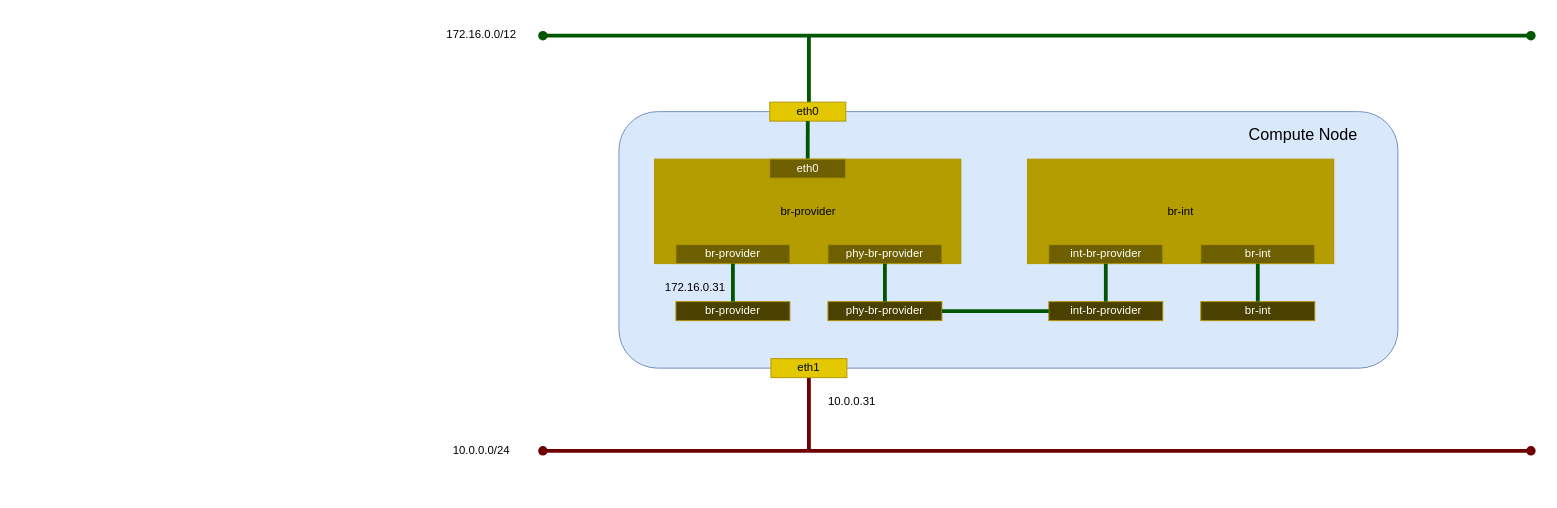
The draw.io diagram _static/image/network_base_compute_ovs.drawio in 9506hqwy/openstack_study_notes, before the edit. Source tidied: cells renumbered, new cells numbered last; positions are measured from the earlier drawing's top-left corner, leaving out a move shared by most shapes. Both pictures are drawn from the tidied source at 95%, with x=0, y=0 at pixel (433, 20).
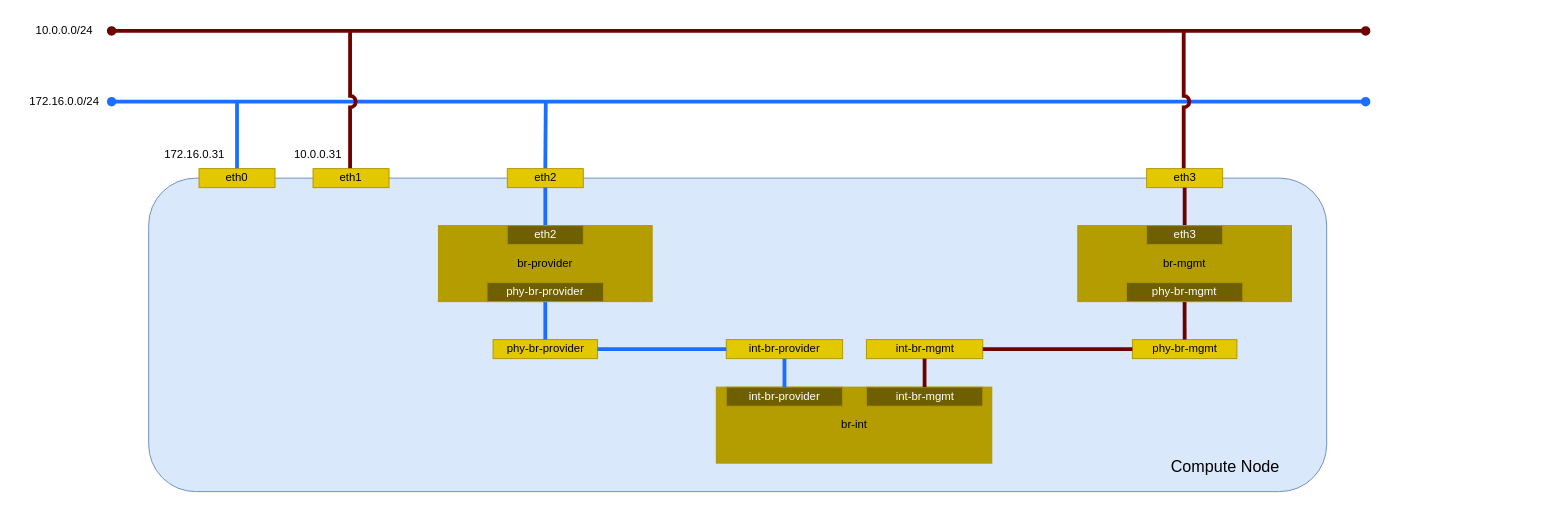
Above is the later version.

Change to the diagram source:
```diff
@@
-    <mxCell id="2" style="endArrow=oval;html=1;rounded=0;startArrow=oval;startFill=1;endFill=1;strokeWidth=4;fillColor=#a20025;strokeColor=#6F0000;" parent="1" edge="1">
-      <mxGeometry relative="1" as="geometry">
-        <mxPoint x="115" y="453" as="sourcePoint" />
-        <mxPoint x="1155" y="453" as="targetPoint" />
-      </mxGeometry>
-    </mxCell>
-    <mxCell id="3" style="endArrow=oval;html=1;rounded=0;startArrow=oval;startFill=1;endFill=1;strokeWidth=4;fillColor=#008a00;strokeColor=#005700;" parent="1" edge="1">
-      <mxGeometry relative="1" as="geometry">
-        <mxPoint x="115" y="16" as="sourcePoint" />
-        <mxPoint x="1155" y="16" as="targetPoint" />
-      </mxGeometry>
-    </mxCell>
-    <mxCell id="4" value="172.16.0.0/12" style="text;html=1;align=center;verticalAlign=middle;strokeColor=none;fillColor=none;" parent="1" vertex="1">
-      <mxGeometry width="100" height="30" as="geometry" />
-    </mxCell>
+    <mxCell id="33" style="endArrow=oval;html=1;rounded=0;startArrow=oval;startFill=1;endFill=1;strokeWidth=4;fillColor=#a20025;strokeColor=#6F0000;" parent="1" edge="1">
+      <mxGeometry relative="1" as="geometry">
+        <mxPoint x="-339" y="11" as="sourcePoint" />
+        <mxPoint x="981" y="11" as="targetPoint" />
+      </mxGeometry>
+    </mxCell>
     <mxCell id="5" value="10.0.0.0/24" style="text;html=1;align=center;verticalAlign=middle;strokeColor=none;fillColor=none;" parent="1" vertex="1">
-      <mxGeometry x="10" y="438" width="80" height="30" as="geometry" />
+      <mxGeometry x="-429" y="-4" width="80" height="30" as="geometry" />
     </mxCell>
-    <mxCell id="6" style="endArrow=none;html=1;rounded=0;startArrow=none;startFill=0;endFill=0;strokeWidth=4;fillColor=#008a00;strokeColor=#005700;exitX=0.5;exitY=1;exitDx=0;exitDy=0;" parent="1" edge="1">
-      <mxGeometry relative="1" as="geometry">
-        <mxPoint x="395" y="16" as="sourcePoint" />
-        <mxPoint x="395" y="96" as="targetPoint" />
-      </mxGeometry>
-    </mxCell>
-    <mxCell id="7" style="endArrow=none;html=1;rounded=0;startArrow=none;startFill=0;endFill=0;strokeWidth=4;fillColor=#a20025;strokeColor=#6F0000;exitX=0.5;exitY=1;exitDx=0;exitDy=0;" parent="1" edge="1">
-      <mxGeometry relative="1" as="geometry">
-        <mxPoint x="395" y="373" as="sourcePoint" />
-        <mxPoint x="395" y="453" as="targetPoint" />
-      </mxGeometry>
-    </mxCell>
+    <mxCell id="34" style="endArrow=oval;html=1;rounded=0;startArrow=oval;startFill=1;endFill=1;strokeWidth=4;fillColor=#a20025;strokeColor=#1C6EFF;" parent="1" edge="1">
+      <mxGeometry relative="1" as="geometry">
+        <mxPoint x="-339" y="85.5" as="sourcePoint" />
+        <mxPoint x="981" y="85.5" as="targetPoint" />
+      </mxGeometry>
+    </mxCell>
+    <mxCell id="35" value="172.16.0.0/24" style="text;html=1;align=center;verticalAlign=middle;strokeColor=none;fillColor=none;" parent="1" vertex="1">
+      <mxGeometry x="-439" y="71" width="100" height="30" as="geometry" />
+    </mxCell>
+    <mxCell id="36" style="endArrow=none;html=1;rounded=0;startArrow=none;startFill=0;endFill=0;strokeWidth=4;fillColor=#a20025;strokeColor=#1C6EFF;jumpStyle=arc;" parent="1" edge="1">
+      <mxGeometry relative="1" as="geometry">
+        <mxPoint x="-207" y="86" as="sourcePoint" />
+        <mxPoint x="-207" y="166" as="targetPoint" />
+      </mxGeometry>
+    </mxCell>
+    <mxCell id="37" style="endArrow=none;html=1;rounded=0;startArrow=none;startFill=0;endFill=0;strokeWidth=4;fillColor=#a20025;strokeColor=#1C6EFF;jumpStyle=arc;" parent="1" edge="1">
+      <mxGeometry relative="1" as="geometry">
+        <mxPoint x="118" y="86" as="sourcePoint" />
+        <mxPoint x="117.5" y="156" as="targetPoint" />
+      </mxGeometry>
+    </mxCell>
+    <mxCell id="38" style="endArrow=none;html=1;rounded=0;startArrow=none;startFill=0;endFill=0;strokeWidth=4;fillColor=#a20025;strokeColor=#6F0000;jumpStyle=arc;" parent="1" edge="1">
+      <mxGeometry relative="1" as="geometry">
+        <mxPoint x="789.5" y="12" as="sourcePoint" />
+        <mxPoint x="789.5" y="166" as="targetPoint" />
+      </mxGeometry>
+    </mxCell>
+    <mxCell id="39" style="endArrow=none;html=1;rounded=0;startArrow=none;startFill=0;endFill=0;strokeWidth=4;fillColor=#a20025;strokeColor=#6F0000;jumpStyle=arc;" parent="1" edge="1">
+      <mxGeometry relative="1" as="geometry">
+        <mxPoint x="-88" y="10" as="sourcePoint" />
+        <mxPoint x="-88" y="166" as="targetPoint" />
+      </mxGeometry>
+    </mxCell>
@@
-    <mxCell id="9" style="rounded=1;whiteSpace=wrap;html=1;fillColor=#dae8fc;strokeColor=#6c8ebf;align=center;horizontal=1;" parent="8" vertex="1">
-      <mxGeometry x="195" y="96" width="820" height="270" as="geometry" />
-    </mxCell>
+    <mxCell id="40" style="rounded=1;whiteSpace=wrap;html=1;fillColor=#dae8fc;strokeColor=#6c8ebf;" parent="8" vertex="1">
+      <mxGeometry x="-300" y="166" width="1240" height="330" as="geometry" />
+    </mxCell>
     <mxCell id="10" value="eth1" style="rounded=0;whiteSpace=wrap;html=1;fillColor=#e3c800;fontColor=#000000;strokeColor=#B09500;" parent="8" vertex="1">
-      <mxGeometry x="355" y="356" width="80" height="20" as="geometry" />
+      <mxGeometry x="-127" y="156" width="80" height="20" as="geometry" />
     </mxCell>
     <mxCell id="11" value="eth0" style="rounded=0;whiteSpace=wrap;html=1;fillColor=#e3c800;fontColor=#000000;strokeColor=#B09500;" parent="8" vertex="1">
-      <mxGeometry x="353.8" y="86" width="80" height="20" as="geometry" />
+      <mxGeometry x="-247" y="156" width="80" height="20" as="geometry" />
     </mxCell>
+    <mxCell id="13" value="172.16.0.31" style="text;html=1;align=center;verticalAlign=middle;strokeColor=none;fillColor=none;" parent="8" vertex="1">
+      <mxGeometry x="-297" y="126" width="90" height="30" as="geometry" />
+    </mxCell>
+    <mxCell id="41" value="eth2" style="rounded=0;whiteSpace=wrap;html=1;fillColor=#e3c800;fontColor=#000000;strokeColor=#B09500;" parent="8" vertex="1">
+      <mxGeometry x="77.5" y="156" width="80" height="20" as="geometry" />
+    </mxCell>
+    <mxCell id="42" value="&lt;div&gt;eth3&lt;/div&gt;" style="rounded=0;whiteSpace=wrap;html=1;fillColor=#e3c800;fontColor=#000000;strokeColor=#B09500;" parent="8" vertex="1">
+      <mxGeometry x="750.5" y="156" width="80" height="20" as="geometry" />
+    </mxCell>
     <mxCell id="12" value="10.0.0.31" style="text;html=1;align=center;verticalAlign=middle;strokeColor=none;fillColor=none;" parent="8" vertex="1">
-      <mxGeometry x="405" y="386" width="70" height="30" as="geometry" />
+      <mxGeometry x="-157" y="126" width="70" height="30" as="geometry" />
     </mxCell>
-    <mxCell id="13" value="172.16.0.31" style="text;html=1;align=center;verticalAlign=middle;strokeColor=none;fillColor=none;" parent="8" vertex="1">
-      <mxGeometry x="230" y="266" width="90" height="30" as="geometry" />
-    </mxCell>
     <mxCell id="14" value="&lt;font style=&quot;font-size: 17px;&quot;&gt;Compute Node&lt;/font&gt;" style="text;html=1;align=center;verticalAlign=middle;strokeColor=none;fillColor=none;" parent="8" vertex="1">
-      <mxGeometry x="845" y="106" width="140" height="30" as="geometry" />
+      <mxGeometry x="763" y="456" width="140" height="30" as="geometry" />
     </mxCell>
-    <mxCell id="15" style="endArrow=none;html=1;rounded=0;startArrow=none;startFill=0;endFill=0;strokeWidth=4;fillColor=#008a00;strokeColor=#005700;exitX=0.5;exitY=1;exitDx=0;exitDy=0;entryX=0.5;entryY=0;entryDx=0;entryDy=0;" parent="8" edge="1" source="11" target="18">
-      <mxGeometry relative="1" as="geometry" />
-    </mxCell>
-    <mxCell id="16" style="group;" parent="8" vertex="1">
-      <mxGeometry x="232.5" y="146" width="322.5" height="110" as="geometry" />
-    </mxCell>
-    <mxCell id="17" value="br-provider" style="rounded=0;whiteSpace=wrap;html=1;fillColor=#B39D00;fontColor=#000000;strokeColor=#B09500;" parent="16" vertex="1">
-      <mxGeometry width="322.5" height="110" as="geometry" />
+    <mxCell id="17" value="br-provider" style="rounded=0;whiteSpace=wrap;html=1;fillColor=#B39D00;fontColor=#000000;strokeColor=#B09500;" parent="8" vertex="1">
+      <mxGeometry x="5" y="216" width="225" height="80" as="geometry" />
     </mxCell>
-    <mxCell id="18" value="&lt;font color=&quot;#ffffff&quot;&gt;eth0&lt;/font&gt;" style="rounded=0;whiteSpace=wrap;html=1;fillColor=#6E6000;fontColor=#000000;strokeColor=#B09500;" parent="16" vertex="1">
-      <mxGeometry x="121.2" width="80" height="20" as="geometry" />
-    </mxCell>
+    <mxCell id="25" value="phy-br-provider" style="rounded=0;whiteSpace=wrap;html=1;fillColor=#e3c800;fontColor=#000000;strokeColor=#B09500;" parent="8" vertex="1">
+      <mxGeometry x="62.5" y="336" width="110" height="20" as="geometry" />
+    </mxCell>
+    <mxCell id="43" style="endArrow=none;html=1;rounded=0;startArrow=none;startFill=0;endFill=0;strokeWidth=4;fillColor=#a20025;strokeColor=#1C6EFF;jumpStyle=arc;entryX=0.5;entryY=0;entryDx=0;entryDy=0;exitX=0.5;exitY=1;exitDx=0;exitDy=0;" parent="8" edge="1" source="41" target="44">
+      <mxGeometry relative="1" as="geometry" />
+    </mxCell>
+    <mxCell id="29" style="endArrow=none;html=1;rounded=0;startArrow=none;startFill=0;endFill=0;strokeWidth=4;fillColor=#a20025;strokeColor=#1C6EFF;jumpStyle=arc;entryX=0.5;entryY=0;entryDx=0;entryDy=0;exitX=0.5;exitY=1;exitDx=0;exitDy=0;" parent="8" edge="1" source="19" target="25">
+      <mxGeometry relative="1" as="geometry" />
+    </mxCell>
+    <mxCell id="44" value="&lt;font color=&quot;#ffffff&quot;&gt;eth2&lt;/font&gt;" style="rounded=0;whiteSpace=wrap;html=1;fillColor=#6E6000;fontColor=#000000;strokeColor=#B09500;" parent="8" vertex="1">
+      <mxGeometry x="77.5" y="216" width="80" height="20" as="geometry" />
+    </mxCell>
-    <mxCell id="19" value="&lt;font color=&quot;#ffffff&quot;&gt;phy-br-provider&lt;/font&gt;" style="rounded=0;whiteSpace=wrap;html=1;fillColor=#6E6000;fontColor=#000000;strokeColor=#B09500;" parent="16" vertex="1">
-      <mxGeometry x="182.5" y="90" width="120" height="20" as="geometry" />
+    <mxCell id="19" value="&lt;font color=&quot;#ffffff&quot;&gt;phy-br-provider&lt;/font&gt;" style="rounded=0;whiteSpace=wrap;html=1;fillColor=#6E6000;fontColor=#000000;strokeColor=#B09500;" parent="8" vertex="1">
+      <mxGeometry x="56.2" y="276" width="122.5" height="20" as="geometry" />
     </mxCell>
-    <mxCell id="20" value="&lt;font color=&quot;#ffffff&quot;&gt;br-provider&lt;/font&gt;" style="rounded=0;whiteSpace=wrap;html=1;fillColor=#6E6000;fontColor=#000000;strokeColor=#B09500;" parent="16" vertex="1">
-      <mxGeometry x="22.5" y="90" width="120" height="20" as="geometry" />
-    </mxCell>
+    <mxCell id="45" value="br-mgmt" style="rounded=0;whiteSpace=wrap;html=1;fillColor=#B39D00;fontColor=#000000;strokeColor=#B09500;" parent="8" vertex="1">
+      <mxGeometry x="678" y="216" width="225" height="80" as="geometry" />
+    </mxCell>
+    <mxCell id="46" value="phy-br-mgmt" style="rounded=0;whiteSpace=wrap;html=1;fillColor=#e3c800;fontColor=#000000;strokeColor=#B09500;" parent="8" vertex="1">
+      <mxGeometry x="735.5" y="336" width="110" height="20" as="geometry" />
+    </mxCell>
+    <mxCell id="47" style="endArrow=none;html=1;rounded=0;startArrow=none;startFill=0;endFill=0;strokeWidth=4;fillColor=#a20025;strokeColor=#6F0000;jumpStyle=arc;entryX=0.5;entryY=0;entryDx=0;entryDy=0;exitX=0.5;exitY=1;exitDx=0;exitDy=0;" parent="8" edge="1" source="42" target="49">
+      <mxGeometry relative="1" as="geometry" />
+    </mxCell>
+    <mxCell id="48" style="endArrow=none;html=1;rounded=0;startArrow=none;startFill=0;endFill=0;strokeWidth=4;fillColor=#a20025;strokeColor=#6F0000;jumpStyle=arc;entryX=0.5;entryY=0;entryDx=0;entryDy=0;exitX=0.5;exitY=1;exitDx=0;exitDy=0;" parent="8" edge="1" source="50" target="46">
+      <mxGeometry relative="1" as="geometry" />
+    </mxCell>
+    <mxCell id="49" value="&lt;font color=&quot;#ffffff&quot;&gt;eth3&lt;/font&gt;" style="rounded=0;whiteSpace=wrap;html=1;fillColor=#6E6000;fontColor=#000000;strokeColor=#B09500;" parent="8" vertex="1">
+      <mxGeometry x="750.5" y="216" width="80" height="20" as="geometry" />
+    </mxCell>
+    <mxCell id="50" value="&lt;font color=&quot;#ffffff&quot;&gt;phy-br-mgmt&lt;/font&gt;" style="rounded=0;whiteSpace=wrap;html=1;fillColor=#6E6000;fontColor=#000000;strokeColor=#B09500;" parent="8" vertex="1">
+      <mxGeometry x="729.2" y="276" width="122.5" height="20" as="geometry" />
+    </mxCell>
     <mxCell id="21" value="br-int" style="rounded=0;whiteSpace=wrap;html=1;fillColor=#B39D00;fontColor=#000000;strokeColor=#B09500;" parent="8" vertex="1">
-      <mxGeometry x="625" y="146" width="322.5" height="110" as="geometry" />
+      <mxGeometry x="297.5" y="386" width="290" height="80" as="geometry" />
     </mxCell>
-    <mxCell id="22" value="&lt;font color=&quot;#ffffff&quot;&gt;br-int&lt;/font&gt;" style="rounded=0;whiteSpace=wrap;html=1;fillColor=#6E6000;fontColor=#000000;strokeColor=#B09500;" parent="8" vertex="1">
-      <mxGeometry x="807.5" y="236" width="120" height="20" as="geometry" />
-    </mxCell>
     <mxCell id="23" value="&lt;font color=&quot;#ffffff&quot;&gt;int-br-provider&lt;/font&gt;" style="rounded=0;whiteSpace=wrap;html=1;fillColor=#6E6000;fontColor=#000000;strokeColor=#B09500;" parent="8" vertex="1">
-      <mxGeometry x="647.5" y="236" width="120" height="20" as="geometry" />
+      <mxGeometry x="308" y="386" width="122.5" height="20" as="geometry" />
     </mxCell>
-    <mxCell id="24" value="&lt;font color=&quot;#ffffff&quot;&gt;br-provider&lt;/font&gt;" style="rounded=0;whiteSpace=wrap;html=1;fillColor=#4A4100;fontColor=#000000;strokeColor=#B09500;" parent="8" vertex="1">
-      <mxGeometry x="255" y="296" width="120" height="20" as="geometry" />
-    </mxCell>
-    <mxCell id="25" value="&lt;font color=&quot;#ffffff&quot;&gt;phy-br-provider&lt;/font&gt;" style="rounded=0;whiteSpace=wrap;html=1;fillColor=#4A4100;fontColor=#000000;strokeColor=#B09500;" parent="8" vertex="1">
-      <mxGeometry x="415" y="296" width="120" height="20" as="geometry" />
-    </mxCell>
+    <mxCell id="51" value="&lt;font color=&quot;#ffffff&quot;&gt;int-br-mgmt&lt;/font&gt;" style="rounded=0;whiteSpace=wrap;html=1;fillColor=#6E6000;fontColor=#000000;strokeColor=#B09500;" parent="8" vertex="1">
+      <mxGeometry x="455.5" y="386" width="122.5" height="20" as="geometry" />
+    </mxCell>
-    <mxCell id="26" value="&lt;font color=&quot;#ffffff&quot;&gt;int-br-provider&lt;/font&gt;" style="rounded=0;whiteSpace=wrap;html=1;fillColor=#4A4100;fontColor=#000000;strokeColor=#B09500;" parent="8" vertex="1">
-      <mxGeometry x="647.5" y="296" width="120" height="20" as="geometry" />
+    <mxCell id="26" value="int-br-provider" style="rounded=0;whiteSpace=wrap;html=1;fillColor=#e3c800;fontColor=#000000;strokeColor=#B09500;" parent="8" vertex="1">
+      <mxGeometry x="308" y="336" width="122.5" height="20" as="geometry" />
     </mxCell>
-    <mxCell id="27" value="&lt;font color=&quot;#ffffff&quot;&gt;br-int&lt;/font&gt;" style="rounded=0;whiteSpace=wrap;html=1;fillColor=#4A4100;fontColor=#000000;strokeColor=#B09500;" parent="8" vertex="1">
-      <mxGeometry x="807.5" y="296" width="120" height="20" as="geometry" />
-    </mxCell>
-    <mxCell id="28" style="endArrow=none;html=1;rounded=0;startArrow=none;startFill=0;endFill=0;strokeWidth=4;fillColor=#008a00;strokeColor=#005700;exitX=0.5;exitY=1;exitDx=0;exitDy=0;entryX=0.5;entryY=0;entryDx=0;entryDy=0;" parent="8" edge="1" source="20" target="24">
-      <mxGeometry relative="1" as="geometry" />
-    </mxCell>
-    <mxCell id="29" style="endArrow=none;html=1;rounded=0;startArrow=none;startFill=0;endFill=0;strokeWidth=4;fillColor=#008a00;strokeColor=#005700;exitX=0.5;exitY=1;exitDx=0;exitDy=0;" parent="8" edge="1" source="19" target="25">
-      <mxGeometry relative="1" as="geometry" />
-    </mxCell>
-    <mxCell id="30" style="endArrow=none;html=1;rounded=0;startArrow=none;startFill=0;endFill=0;strokeWidth=4;fillColor=#008a00;strokeColor=#005700;exitX=0;exitY=0.5;exitDx=0;exitDy=0;entryX=1;entryY=0.5;entryDx=0;entryDy=0;" parent="8" edge="1" source="26" target="25">
-      <mxGeometry relative="1" as="geometry" />
-    </mxCell>
-    <mxCell id="31" style="endArrow=none;html=1;rounded=0;startArrow=none;startFill=0;endFill=0;strokeWidth=4;fillColor=#008a00;strokeColor=#005700;exitX=0.5;exitY=1;exitDx=0;exitDy=0;" parent="8" edge="1" source="23" target="26">
-      <mxGeometry relative="1" as="geometry" />
-    </mxCell>
-    <mxCell id="32" style="endArrow=none;html=1;rounded=0;startArrow=none;startFill=0;endFill=0;strokeWidth=4;fillColor=#008a00;strokeColor=#005700;exitX=0.5;exitY=1;exitDx=0;exitDy=0;entryX=0.5;entryY=0;entryDx=0;entryDy=0;" parent="8" edge="1" source="22" target="27">
-      <mxGeometry relative="1" as="geometry" />
-    </mxCell>
+    <mxCell id="52" value="int-br-mgmt" style="rounded=0;whiteSpace=wrap;html=1;fillColor=#e3c800;fontColor=#000000;strokeColor=#B09500;" parent="8" vertex="1">
+      <mxGeometry x="455.5" y="336" width="122.5" height="20" as="geometry" />
+    </mxCell>
+    <mxCell id="53" style="endArrow=none;html=1;rounded=0;startArrow=none;startFill=0;endFill=0;strokeWidth=4;fillColor=#a20025;strokeColor=#1C6EFF;jumpStyle=arc;entryX=0;entryY=0.5;entryDx=0;entryDy=0;exitX=1;exitY=0.5;exitDx=0;exitDy=0;" parent="8" edge="1" source="25" target="26">
+      <mxGeometry relative="1" as="geometry" />
+    </mxCell>
+    <mxCell id="54" style="endArrow=none;html=1;rounded=0;startArrow=none;startFill=0;endFill=0;strokeWidth=4;fillColor=#a20025;strokeColor=#1C6EFF;jumpStyle=arc;entryX=0.5;entryY=0;entryDx=0;entryDy=0;exitX=0.5;exitY=1;exitDx=0;exitDy=0;" parent="8" edge="1" source="26" target="23">
+      <mxGeometry relative="1" as="geometry" />
+    </mxCell>
+    <mxCell id="55" style="endArrow=none;html=1;rounded=0;startArrow=none;startFill=0;endFill=0;strokeWidth=4;fillColor=#a20025;strokeColor=#6F0000;jumpStyle=arc;entryX=1;entryY=0.5;entryDx=0;entryDy=0;exitX=0;exitY=0.5;exitDx=0;exitDy=0;" parent="8" edge="1" source="46" target="52">
+      <mxGeometry relative="1" as="geometry" />
+    </mxCell>
+    <mxCell id="56" style="endArrow=none;html=1;rounded=0;startArrow=none;startFill=0;endFill=0;strokeWidth=4;fillColor=#a20025;strokeColor=#6F0000;jumpStyle=arc;entryX=0.5;entryY=0;entryDx=0;entryDy=0;exitX=0.5;exitY=1;exitDx=0;exitDy=0;" parent="8" edge="1" source="52" target="51">
+      <mxGeometry relative="1" as="geometry" />
+    </mxCell>
```
